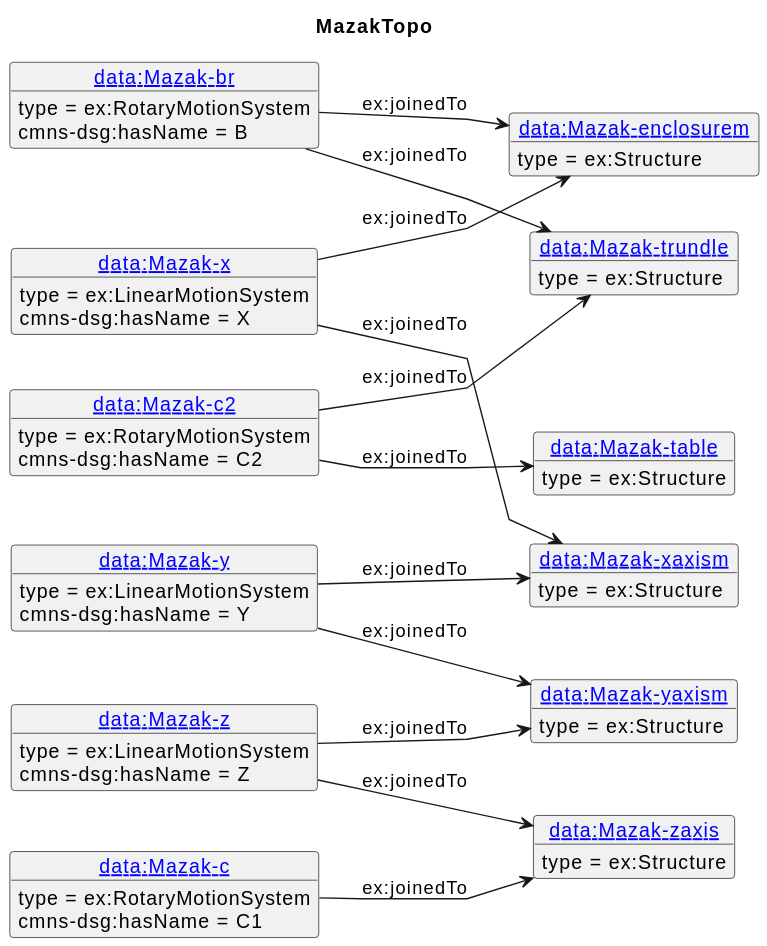
The PlantUML diagram diagrams/MazakTopo.svg in iofoundry/example-syseng-mtconnect, before a commit.
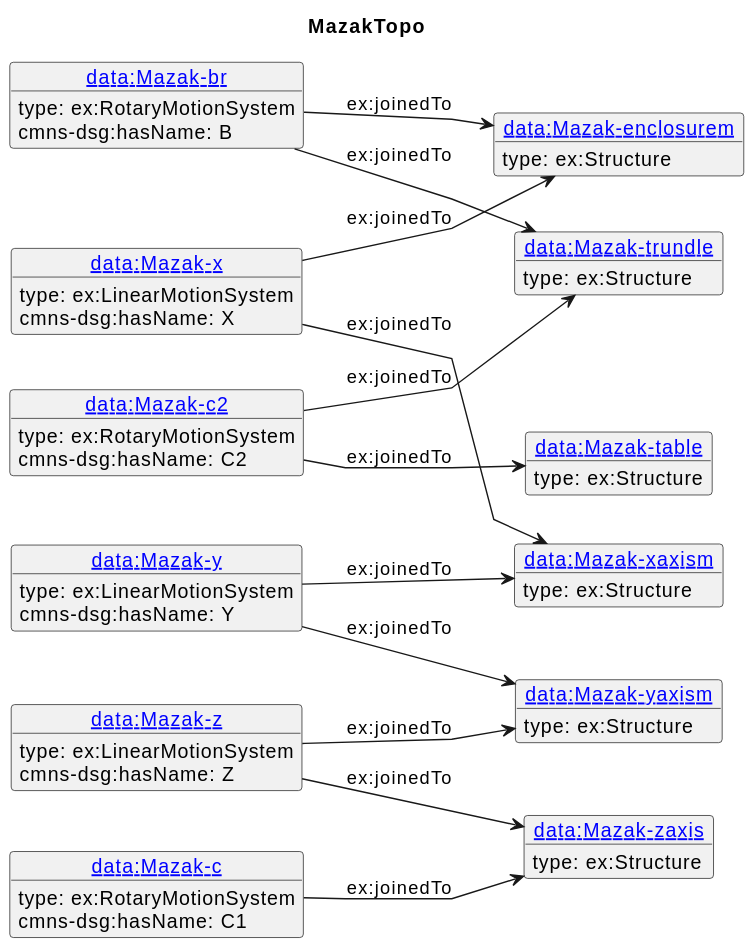
Later version of the same file.

Change to the diagram source:
```diff
@@ -3,56 +3,56 @@
 left to right direction
 title MazakTopo
 object "[[./Mazak-x.html data:Mazak-x]]" as o1 {
- type = ex:LinearMotionSystem
- }
+ type: ex:LinearMotionSystem
+}
 object "[[./Mazak-enclosurem.html data:Mazak-enclosurem]]" as o2 {
- type = ex:Structure
- }
+ type: ex:Structure
+}
 object "[[./Mazak-xaxism.html data:Mazak-xaxism]]" as o3 {
- type = ex:Structure
- }
+ type: ex:Structure
+}
 object "[[./Mazak-y.html data:Mazak-y]]" as o4 {
- type = ex:LinearMotionSystem
- }
+ type: ex:LinearMotionSystem
+}
 object "[[./Mazak-yaxism.html data:Mazak-yaxism]]" as o5 {
- type = ex:Structure
- }
+ type: ex:Structure
+}
 object "[[./Mazak-z.html data:Mazak-z]]" as o6 {
- type = ex:LinearMotionSystem
- }
+ type: ex:LinearMotionSystem
+}
 object "[[./Mazak-zaxis.html data:Mazak-zaxis]]" as o7 {
- type = ex:Structure
- }
+ type: ex:Structure
+}
 object "[[./Mazak-c.html data:Mazak-c]]" as o8 {
- type = ex:RotaryMotionSystem
- }
+ type: ex:RotaryMotionSystem
+}
 object "[[./Mazak-br.html data:Mazak-br]]" as o9 {
- type = ex:RotaryMotionSystem
- }
+ type: ex:RotaryMotionSystem
+}
 object "[[./Mazak-trundle.html data:Mazak-trundle]]" as o10 {
- type = ex:Structure
- }
+ type: ex:Structure
+}
 object "[[./Mazak-c2.html data:Mazak-c2]]" as o11 {
- type = ex:RotaryMotionSystem
- }
+ type: ex:RotaryMotionSystem
+}
 object "[[./Mazak-table.html data:Mazak-table]]" as o12 {
- type = ex:Structure
- }
+ type: ex:Structure
+}
 o1 --> o2 : ex:joinedTo
-o1 : cmns-dsg:hasName = X
+o1 : cmns-dsg:hasName: X
 o1 --> o3 : ex:joinedTo
 o4 --> o3 : ex:joinedTo
-o4 : cmns-dsg:hasName = Y
+o4 : cmns-dsg:hasName: Y
 o4 --> o5 : ex:joinedTo
 o6 --> o5 : ex:joinedTo
-o6 : cmns-dsg:hasName = Z
+o6 : cmns-dsg:hasName: Z
 o6 --> o7 : ex:joinedTo
 o8 --> o7 : ex:joinedTo
-o8 : cmns-dsg:hasName = C1
+o8 : cmns-dsg:hasName: C1
 o9 --> o2 : ex:joinedTo
-o9 : cmns-dsg:hasName = B
+o9 : cmns-dsg:hasName: B
 o9 --> o10 : ex:joinedTo
 o11 --> o10 : ex:joinedTo
-o11 : cmns-dsg:hasName = C2
+o11 : cmns-dsg:hasName: C2
 o11 --> o12 : ex:joinedTo
 @enduml
```
